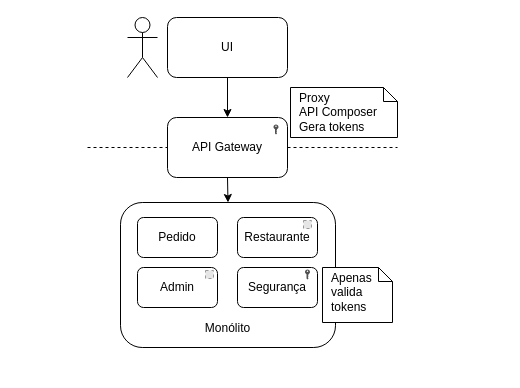
Above: imagens/15-seguranca/geracao-de-tokens-no-api-gateway-e-validacao-no-modulo-de-seguranca-do-monolito.drawio in caelum/apostila-microservices-com-spring-cloud (draw.io), before the change. Source tidied: cells renumbered, new cells numbered last; positions are measured from the earlier drawing's top-left corner, leaving out a move shared by most shapes. Both pictures are drawn from the tidied source at 100%, with x=0, y=0 at pixel (87, 17). Pictures stored in the file or linked from it are replaced by grey dashed boxes.
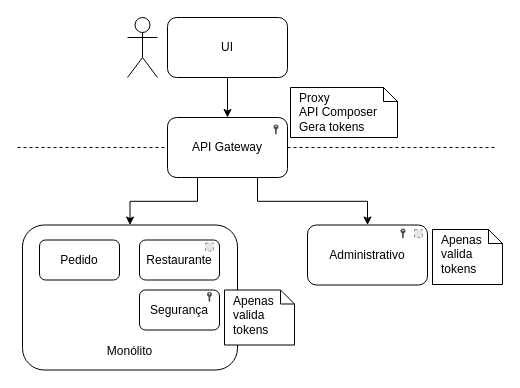
The same page after the edit.

Unchanged cells that the change refers to:
```xml
<mxCell id="6" value="API Gateway" style="rounded=1;whiteSpace=wrap;html=1;" parent="1" vertex="1">
  <mxGeometry x="80" y="100" width="120" height="60" as="geometry" />
</mxCell>
```

Change to the diagram source:
```diff
@@
-    <mxCell id="5" style="edgeStyle=orthogonalEdgeStyle;rounded=0;jettySize=auto;html=1;exitX=0.5;exitY=1;exitDx=0;exitDy=0;entryX=0.5;entryY=0;entryDx=0;entryDy=0;" parent="1" edge="1" source="6" target="9">
+    <mxCell id="5" style="edgeStyle=orthogonalEdgeStyle;rounded=0;jettySize=auto;html=1;exitX=0.25;exitY=1;exitDx=0;exitDy=0;entryX=0.5;entryY=0;entryDx=0;entryDy=0;" parent="1" edge="1" source="6" target="9">
       <mxGeometry relative="1" as="geometry" />
     </mxCell>
+    <mxCell id="21" style="edgeStyle=orthogonalEdgeStyle;rounded=0;jettySize=auto;html=1;exitX=0.75;exitY=1;exitDx=0;exitDy=0;" parent="1" edge="1" source="6" target="22">
+      <mxGeometry relative="1" as="geometry" />
+    </mxCell>
@@
     <mxCell id="7" style="endArrow=none;dashed=1;html=1;entryX=0;entryY=0.5;entryDx=0;entryDy=0;" parent="1" edge="1" target="6">
       <mxGeometry relative="1" as="geometry">
-        <mxPoint y="130" as="sourcePoint" />
+        <mxPoint x="-70" y="130" as="sourcePoint" />
       </mxGeometry>
     </mxCell>
     <mxCell id="8" style="endArrow=none;dashed=1;html=1;" parent="1" edge="1">
       <mxGeometry relative="1" as="geometry">
         <mxPoint x="200" y="130" as="sourcePoint" />
-        <mxPoint x="310" y="130" as="targetPoint" />
+        <mxPoint x="410" y="130" as="targetPoint" />
       </mxGeometry>
     </mxCell>
+    <mxCell id="18" value="Proxy&lt;br&gt;API Composer&lt;br&gt;Gera tokens" style="shape=note;whiteSpace=wrap;html=1;size=14;verticalAlign=top;align=left;spacingTop=-3;spacingLeft=7;" parent="1" vertex="1">
+      <mxGeometry x="203" y="70" width="107" height="50" as="geometry" />
+    </mxCell>
+    <mxCell id="20" style="shadow=0;dashed=0;html=1;strokeColor=none;fillColor=#505050;labelPosition=center;verticalLabelPosition=bottom;verticalAlign=top;align=center;shape=mxgraph.office.security.key_permissions;" parent="1" vertex="1">
+      <mxGeometry x="186" y="107" width="5" height="10" as="geometry" />
+    </mxCell>
+    <mxCell id="22" value="Administrativo" style="rounded=1;whiteSpace=wrap;html=1;" parent="1" vertex="1">
+      <mxGeometry x="220" y="207.5" width="120" height="60" as="geometry" />
+    </mxCell>
+    <mxCell id="19" style="fillColor=#E6E6E6;strokeColor=#999999;dashed=1;html=1;verticalAlign=top;verticalLabelPosition=bottom;labelBackgroundColor=#ffffff;align=left;" parent="1" vertex="1">
+      <mxGeometry x="327" y="212" width="8" height="8" as="geometry" />
+    </mxCell>
+    <mxCell id="23" style="group;" parent="1" vertex="1">
+      <mxGeometry x="-65" y="207.5" width="215" height="145" as="geometry" />
+    </mxCell>
-    <mxCell id="9" value="Monólito" style="rounded=1;whiteSpace=wrap;html=1;verticalAlign=bottom;spacingBottom=10;" parent="1" vertex="1">
-      <mxGeometry x="33" y="185" width="215" height="145" as="geometry" />
+    <mxCell id="9" value="Monólito" style="rounded=1;whiteSpace=wrap;html=1;verticalAlign=bottom;spacingBottom=10;" parent="23" vertex="1">
+      <mxGeometry width="215" height="145" as="geometry" />
     </mxCell>
-    <mxCell id="10" style="group;" parent="1" vertex="1">
-      <mxGeometry x="50" y="200" width="180" height="90" as="geometry" />
-    </mxCell>
-    <mxCell id="11" value="Pedido" style="rounded=1;whiteSpace=wrap;html=1;" parent="10" vertex="1">
-      <mxGeometry width="80" height="40" as="geometry" />
+    <mxCell id="11" value="Pedido" style="rounded=1;whiteSpace=wrap;html=1;" parent="23" vertex="1">
+      <mxGeometry x="17" y="15" width="80" height="40" as="geometry" />
     </mxCell>
-    <mxCell id="12" value="Restaurante" style="rounded=1;whiteSpace=wrap;html=1;" parent="10" vertex="1">
-      <mxGeometry x="100" width="80" height="40" as="geometry" />
+    <mxCell id="12" value="Restaurante" style="rounded=1;whiteSpace=wrap;html=1;" parent="23" vertex="1">
+      <mxGeometry x="117" y="15" width="80" height="40" as="geometry" />
     </mxCell>
-    <mxCell id="13" value="Admin" style="rounded=1;whiteSpace=wrap;html=1;" parent="10" vertex="1">
-      <mxGeometry y="50" width="80" height="40" as="geometry" />
-    </mxCell>
-    <mxCell id="14" value="Segurança" style="rounded=1;whiteSpace=wrap;html=1;" parent="10" vertex="1">
-      <mxGeometry x="100" y="50" width="80" height="40" as="geometry" />
+    <mxCell id="14" value="Segurança" style="rounded=1;whiteSpace=wrap;html=1;" parent="23" vertex="1">
+      <mxGeometry x="117" y="65" width="80" height="40" as="geometry" />
     </mxCell>
-    <mxCell id="15" style="fillColor=#E6E6E6;strokeColor=#999999;dashed=1;html=1;verticalAlign=top;verticalLabelPosition=bottom;labelBackgroundColor=#ffffff;align=left;" parent="10" vertex="1">
-      <mxGeometry x="166" y="3" width="8" height="8" as="geometry" />
+    <mxCell id="15" style="fillColor=#E6E6E6;strokeColor=#999999;dashed=1;html=1;verticalAlign=top;verticalLabelPosition=bottom;labelBackgroundColor=#ffffff;align=left;" parent="23" vertex="1">
+      <mxGeometry x="183" y="18" width="8" height="8" as="geometry" />
     </mxCell>
-    <mxCell id="16" style="shadow=0;dashed=0;html=1;strokeColor=none;fillColor=#505050;labelPosition=center;verticalLabelPosition=bottom;verticalAlign=top;align=center;shape=mxgraph.office.security.key_permissions;" parent="10" vertex="1">
-      <mxGeometry x="167.5" y="52" width="5" height="10" as="geometry" />
+    <mxCell id="16" style="shadow=0;dashed=0;html=1;strokeColor=none;fillColor=#505050;labelPosition=center;verticalLabelPosition=bottom;verticalAlign=top;align=center;shape=mxgraph.office.security.key_permissions;" parent="23" vertex="1">
+      <mxGeometry x="184.5" y="67" width="5" height="10" as="geometry" />
     </mxCell>
     <mxCell id="17" value="Apenas valida tokens" style="shape=note;whiteSpace=wrap;html=1;size=14;verticalAlign=top;align=left;spacingTop=-3;spacingLeft=7;" parent="1" vertex="1">
-      <mxGeometry x="235" y="250" width="70" height="55" as="geometry" />
+      <mxGeometry x="137" y="272.5" width="70" height="55" as="geometry" />
     </mxCell>
-    <mxCell id="18" value="Proxy&lt;br&gt;API Composer&lt;br&gt;Gera tokens" style="shape=note;whiteSpace=wrap;html=1;size=14;verticalAlign=top;align=left;spacingTop=-3;spacingLeft=7;" parent="1" vertex="1">
-      <mxGeometry x="203" y="70" width="107" height="50" as="geometry" />
-    </mxCell>
-    <mxCell id="19" style="fillColor=#E6E6E6;strokeColor=#999999;dashed=1;html=1;verticalAlign=top;verticalLabelPosition=bottom;labelBackgroundColor=#ffffff;align=left;" parent="1" vertex="1">
-      <mxGeometry x="118" y="253" width="8" height="8" as="geometry" />
-    </mxCell>
-    <mxCell id="20" style="shadow=0;dashed=0;html=1;strokeColor=none;fillColor=#505050;labelPosition=center;verticalLabelPosition=bottom;verticalAlign=top;align=center;shape=mxgraph.office.security.key_permissions;" parent="1" vertex="1">
-      <mxGeometry x="186" y="107" width="5" height="10" as="geometry" />
-    </mxCell>
+    <mxCell id="24" value="Apenas valida tokens" style="shape=note;whiteSpace=wrap;html=1;size=14;verticalAlign=top;align=left;spacingTop=-3;spacingLeft=7;" parent="1" vertex="1">
+      <mxGeometry x="345" y="212" width="70" height="55" as="geometry" />
+    </mxCell>
+    <mxCell id="25" style="shadow=0;dashed=0;html=1;strokeColor=none;fillColor=#505050;labelPosition=center;verticalLabelPosition=bottom;verticalAlign=top;align=center;shape=mxgraph.office.security.key_permissions;" parent="1" vertex="1">
+      <mxGeometry x="313" y="211" width="5" height="10" as="geometry" />
+    </mxCell>
```
